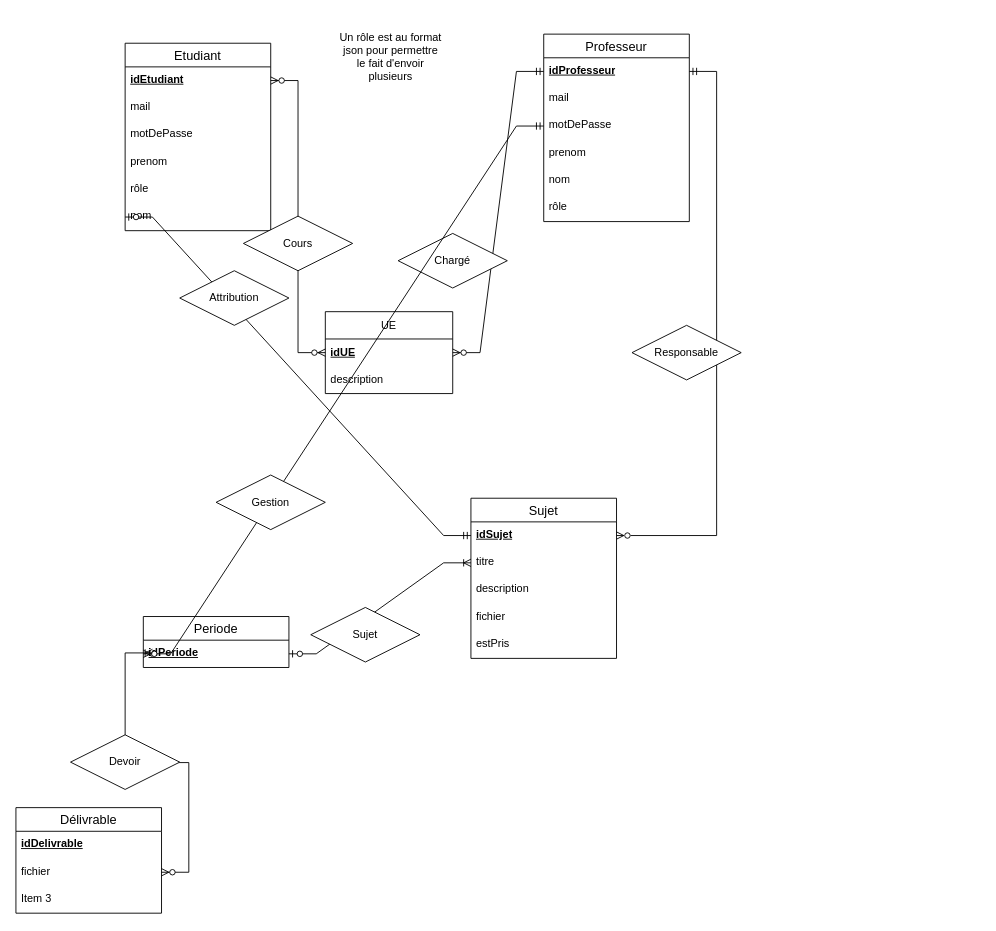
Above: page "Schéma entité-relation" (2 of 2) of Docs/diagrammes/entiteRelationBD.drawio in Eragon6080/ProjetLogiciel2024 (draw.io), before the change. Source tidied: cells renumbered, new cells numbered last; positions are measured from the earlier drawing's top-left corner, leaving out a move shared by most shapes. Both pictures are drawn from the tidied source at 91%, with x=0, y=0 at pixel (15, 15).
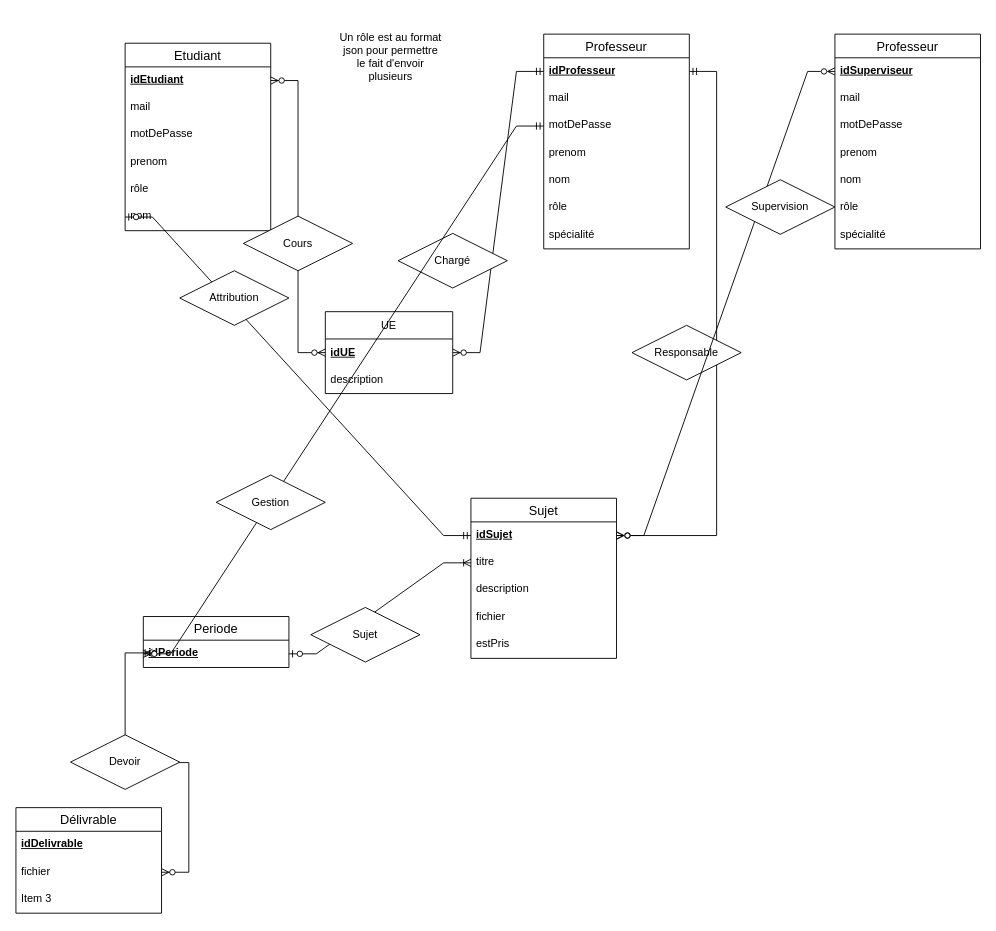
The same diagram, later.

Unchanged cells that the change refers to:
```xml
<mxCell id="24" value="idSujet" style="text;strokeColor=none;fillColor=none;spacingLeft=4;spacingRight=4;overflow=hidden;points=[[0,0.5],[1,0.5]];portConstraint=eastwest;fontSize=12;whiteSpace=wrap;html=1;fontStyle=5;" parent="23" vertex="1">
  <mxGeometry y="26" width="160" height="30" as="geometry" />
</mxCell>
```

What changed in the source:
```diff
@@
     <mxCell id="9" value="Professeur" style="swimlane;fontStyle=0;horizontal=1;startSize=26;align=center;fontSize=14;" parent="1" vertex="1">
-      <mxGeometry x="580" y="20" width="160" height="206" as="geometry" />
+      <mxGeometry x="580" y="20" width="160" height="236" as="geometry" />
     </mxCell>
@@
+    <mxCell id="46" value="spécialité" style="text;strokeColor=none;fillColor=none;spacingLeft=4;spacingRight=4;overflow=hidden;fontSize=12;whiteSpace=wrap;html=1;" parent="9" vertex="1">
+      <mxGeometry y="206" width="160" height="30" as="geometry" />
+    </mxCell>
@@
+    <mxCell id="47" value="Professeur" style="swimlane;fontStyle=0;horizontal=1;startSize=26;align=center;fontSize=14;" parent="1" vertex="1">
+      <mxGeometry x="900" y="20" width="160" height="236" as="geometry" />
+    </mxCell>
+    <mxCell id="48" value="&lt;u&gt;&lt;b&gt;idSuperviseur&lt;/b&gt;&lt;/u&gt;" style="text;strokeColor=none;fillColor=none;spacingLeft=4;spacingRight=4;overflow=hidden;points=[[0,0.5],[1,0.5]];portConstraint=eastwest;fontSize=12;whiteSpace=wrap;html=1;" parent="47" vertex="1">
+      <mxGeometry y="26" width="160" height="30" as="geometry" />
+    </mxCell>
+    <mxCell id="49" value="mail" style="text;strokeColor=none;fillColor=none;spacingLeft=4;spacingRight=4;overflow=hidden;fontSize=12;whiteSpace=wrap;html=1;" parent="47" vertex="1">
+      <mxGeometry y="56" width="160" height="30" as="geometry" />
+    </mxCell>
+    <mxCell id="50" value="motDePasse" style="text;strokeColor=none;fillColor=none;spacingLeft=4;spacingRight=4;overflow=hidden;fontSize=12;whiteSpace=wrap;html=1;" parent="47" vertex="1">
+      <mxGeometry y="86" width="160" height="30" as="geometry" />
+    </mxCell>
+    <mxCell id="51" value="prenom" style="text;strokeColor=none;fillColor=none;spacingLeft=4;spacingRight=4;overflow=hidden;fontSize=12;whiteSpace=wrap;html=1;" parent="47" vertex="1">
+      <mxGeometry y="116" width="160" height="30" as="geometry" />
+    </mxCell>
+    <mxCell id="52" value="nom" style="text;strokeColor=none;fillColor=none;spacingLeft=4;spacingRight=4;overflow=hidden;fontSize=12;whiteSpace=wrap;html=1;" parent="47" vertex="1">
+      <mxGeometry y="146" width="160" height="30" as="geometry" />
+    </mxCell>
+    <mxCell id="53" value="rôle" style="text;strokeColor=none;fillColor=none;spacingLeft=4;spacingRight=4;overflow=hidden;fontSize=12;whiteSpace=wrap;html=1;" parent="47" vertex="1">
+      <mxGeometry y="176" width="160" height="30" as="geometry" />
+    </mxCell>
+    <mxCell id="54" value="spécialité" style="text;strokeColor=none;fillColor=none;spacingLeft=4;spacingRight=4;overflow=hidden;fontSize=12;whiteSpace=wrap;html=1;" parent="47" vertex="1">
+      <mxGeometry y="206" width="160" height="30" as="geometry" />
+    </mxCell>
+    <mxCell id="55" style="edgeStyle=entityRelationEdgeStyle;fontSize=12;html=1;endArrow=ERzeroToMany;endFill=0;startArrow=ERzeroToMany;rounded=0;startFill=0;" parent="1" edge="1" source="24" target="48">
+      <mxGeometry relative="1" as="geometry" />
+    </mxCell>
+    <mxCell id="56" value="Supervision" style="shape=rhombus;perimeter=rhombusPerimeter;whiteSpace=wrap;html=1;align=center;" parent="1" vertex="1">
+      <mxGeometry x="780" y="180" width="120" height="60" as="geometry" />
+    </mxCell>
```
